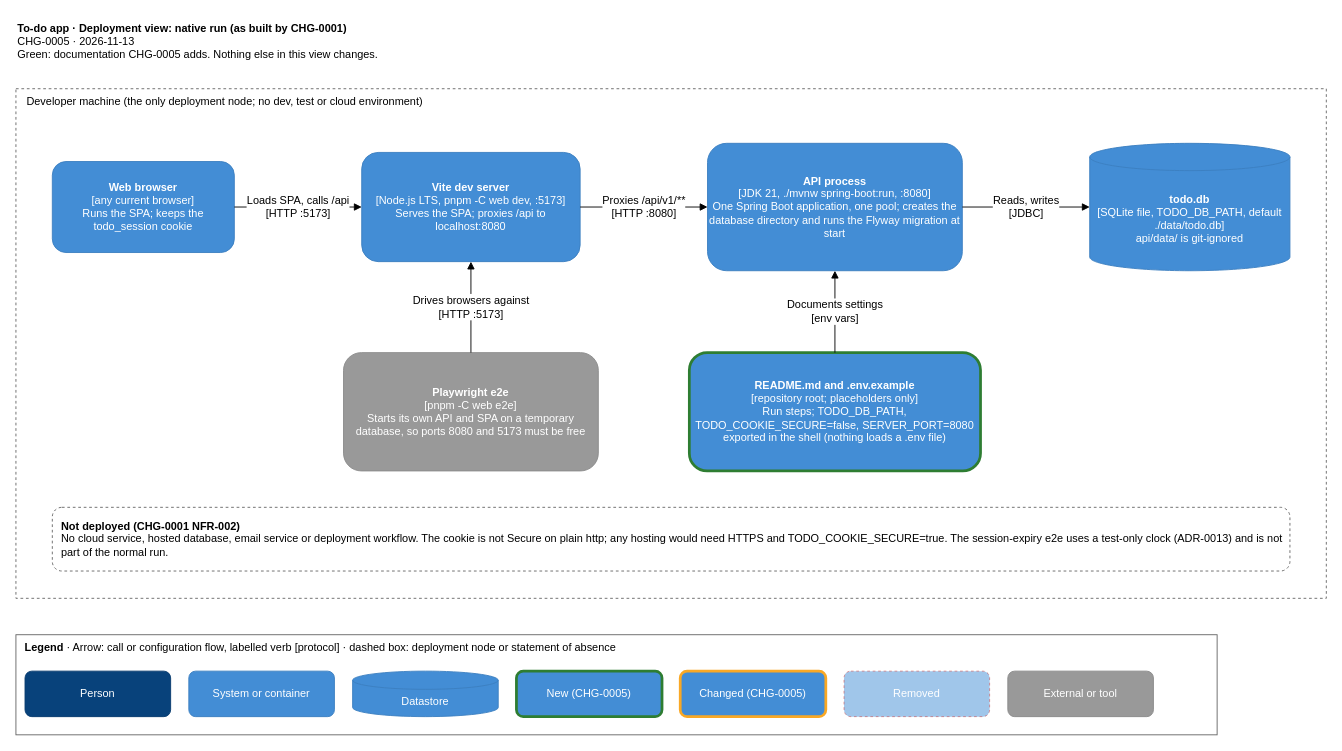
This is docs/architecture/drawio/todo-deployment-native.drawio from alokkulkarni/testharness2, a draw.io file, before an edit. Source tidied: cells renumbered, new cells numbered last; positions are measured from the earlier drawing's top-left corner, leaving out a move shared by most shapes. Both pictures are drawn from the tidied source at 91%, with x=0, y=0 at pixel (15, 15).
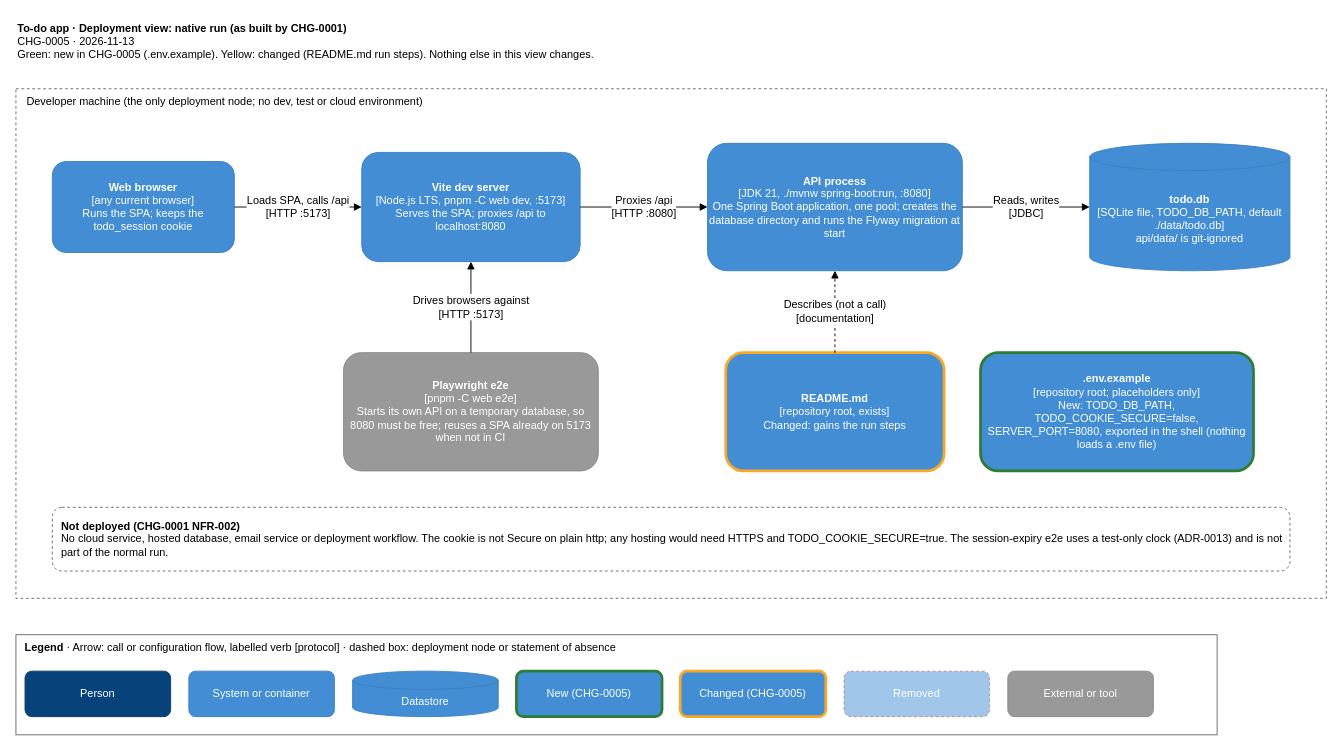
After the change.

The change refers to these unchanged cells:
```xml
<mxCell id="3" value="Developer machine (the only deployment node; no dev, test or cloud environment)" style="rounded=0;dashed=1;fontSize=12;fillColor=none;strokeColor=#666666;verticalAlign=top;align=left;spacingLeft=10;html=1;" parent="1" vertex="1">
  <mxGeometry y="80" width="1440" height="560" as="geometry" />
</mxCell>
<mxCell id="5" value="&lt;b&gt;Vite dev server&lt;/b&gt;&lt;br&gt;[Node.js LTS, pnpm -C web dev, :5173]&lt;br&gt;Serves the SPA; proxies /api to localhost:8080" style="rounded=1;fontSize=12;whiteSpace=wrap;html=1;fillColor=#438DD5;strokeColor=#3C7FC0;fontColor=#FFFFFF;" parent="3" vertex="1">
  <mxGeometry x="380" y="70" width="240" height="120" as="geometry" />
</mxCell>
<mxCell id="6" value="&lt;b&gt;API process&lt;/b&gt;&lt;br&gt;[JDK 21, ./mvnw spring-boot:run, :8080]&lt;br&gt;One Spring Boot application, one pool; creates the database directory and runs the Flyway migration at start" style="rounded=1;fontSize=12;whiteSpace=wrap;html=1;fillColor=#438DD5;strokeColor=#3C7FC0;fontColor=#FFFFFF;" parent="3" vertex="1">
  <mxGeometry x="760" y="60" width="280" height="140" as="geometry" />
</mxCell>
```

The edit, as a diff of the source:
```diff
@@
-    <mxCell id="2" value="&lt;b&gt;To-do app · Deployment view: native run (as built by CHG-0001)&lt;/b&gt;&lt;br&gt;CHG-0005 · 2026-11-13&lt;br&gt;Green: documentation CHG-0005 adds. Nothing else in this view changes." style="text;fontSize=12;harness=title;html=1;align=left;verticalAlign=top;whiteSpace=wrap;" parent="1" vertex="1">
+    <mxCell id="2" value="&lt;b&gt;To-do app · Deployment view: native run (as built by CHG-0001)&lt;/b&gt;&lt;br&gt;CHG-0005 · 2026-11-13&lt;br&gt;Green: new in CHG-0005 (.env.example). Yellow: changed (README.md run steps). Nothing else in this view changes." style="text;fontSize=12;harness=title;html=1;align=left;verticalAlign=top;whiteSpace=wrap;" parent="1" vertex="1">
       <mxGeometry width="800" height="70" as="geometry" />
     </mxCell>
@@
-    <mxCell id="8" value="&lt;b&gt;README.md and .env.example&lt;/b&gt;&lt;br&gt;[repository root; placeholders only]&lt;br&gt;Run steps; TODO_DB_PATH, TODO_COOKIE_SECURE=false, SERVER_PORT=8080 exported in the shell (nothing loads a .env file)" style="rounded=1;fontSize=12;whiteSpace=wrap;html=1;fillColor=#438DD5;strokeColor=#2E7D32;strokeWidth=3;fontColor=#FFFFFF;" parent="3" vertex="1">
-      <mxGeometry x="740" y="290" width="320" height="130" as="geometry" />
+    <mxCell id="8" value="&lt;b&gt;README.md&lt;/b&gt;&lt;br&gt;[repository root, exists]&lt;br&gt;Changed: gains the run steps" style="rounded=1;fontSize=12;whiteSpace=wrap;html=1;fillColor=#438DD5;strokeColor=#F9A825;strokeWidth=3;fontColor=#FFFFFF;" parent="3" vertex="1">
+      <mxGeometry x="780" y="290" width="240" height="130" as="geometry" />
     </mxCell>
+    <mxCell id="24" value="&lt;b&gt;.env.example&lt;/b&gt;&lt;br&gt;[repository root; placeholders only]&lt;br&gt;New: TODO_DB_PATH, TODO_COOKIE_SECURE=false, SERVER_PORT=8080, exported in the shell (nothing loads a .env file)" style="rounded=1;fontSize=12;whiteSpace=wrap;html=1;fillColor=#438DD5;strokeColor=#2E7D32;strokeWidth=3;fontColor=#FFFFFF;" parent="3" vertex="1">
+      <mxGeometry x="1060" y="290" width="300" height="130" as="geometry" />
+    </mxCell>
-    <mxCell id="9" value="&lt;b&gt;Playwright e2e&lt;/b&gt;&lt;br&gt;[pnpm -C web e2e]&lt;br&gt;Starts its own API and SPA on a temporary database, so ports 8080 and 5173 must be free" style="rounded=1;fontSize=12;whiteSpace=wrap;html=1;fillColor=#999999;strokeColor=#8A8A8A;fontColor=#FFFFFF;" parent="3" vertex="1">
+    <mxCell id="9" value="&lt;b&gt;Playwright e2e&lt;/b&gt;&lt;br&gt;[pnpm -C web e2e]&lt;br&gt;Starts its own API on a temporary database, so 8080 must be free; reuses a SPA already on 5173 when not in CI" style="rounded=1;fontSize=12;whiteSpace=wrap;html=1;fillColor=#999999;strokeColor=#8A8A8A;fontColor=#FFFFFF;" parent="3" vertex="1">
       <mxGeometry x="360" y="290" width="280" height="130" as="geometry" />
     </mxCell>
@@
-    <mxCell id="12" value="Proxies /api/v1/**&lt;br&gt;[HTTP :8080]" style="edgeStyle=orthogonalEdgeStyle;rounded=1;html=1;fontSize=12;endArrow=block;labelBackgroundColor=#FFFFFF;exitX=1;exitY=0.5;entryX=0;entryY=0.5;" parent="1" edge="1" source="5" target="6">
+    <mxCell id="12" value="Proxies /api&lt;br&gt;[HTTP :8080]" style="edgeStyle=orthogonalEdgeStyle;rounded=1;html=1;fontSize=12;endArrow=block;labelBackgroundColor=#FFFFFF;exitX=1;exitY=0.5;entryX=0;entryY=0.5;" parent="1" edge="1" source="5" target="6">
       <mxGeometry relative="1" as="geometry" />
     </mxCell>
@@
-    <mxCell id="14" value="Documents settings&lt;br&gt;[env vars]" style="edgeStyle=orthogonalEdgeStyle;rounded=1;html=1;fontSize=12;endArrow=block;labelBackgroundColor=#FFFFFF;exitX=0.5;exitY=0;entryX=0.5;entryY=1;" parent="1" edge="1" source="8" target="6">
+    <mxCell id="14" value="Describes (not a call)&lt;br&gt;[documentation]" style="edgeStyle=orthogonalEdgeStyle;rounded=1;dashed=1;html=1;fontSize=12;endArrow=block;labelBackgroundColor=#FFFFFF;exitX=0.5;exitY=0;entryX=0.5;entryY=1;" parent="1" edge="1" source="8" target="6">
       <mxGeometry relative="1" as="geometry" />
     </mxCell>
```
